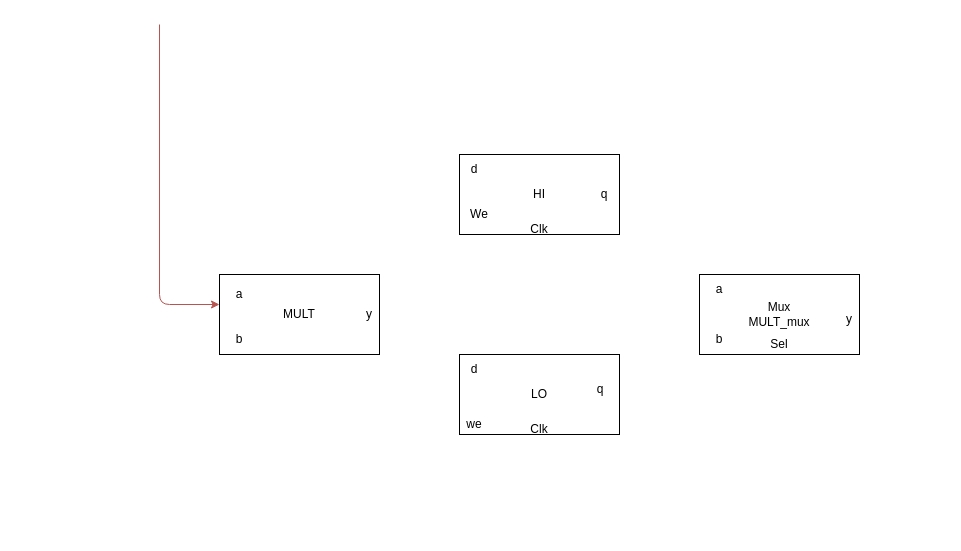
Before: Untitled Diagram.drawio in Alireza-Mahinparvar/Pythron-projects, a draw.io diagram. Source tidied: cells renumbered, new cells numbered last; positions are measured from the earlier drawing's top-left corner, leaving out a move shared by most shapes. Both pictures are drawn from the tidied source at 100%, with x=0, y=0 at pixel (159, 24).
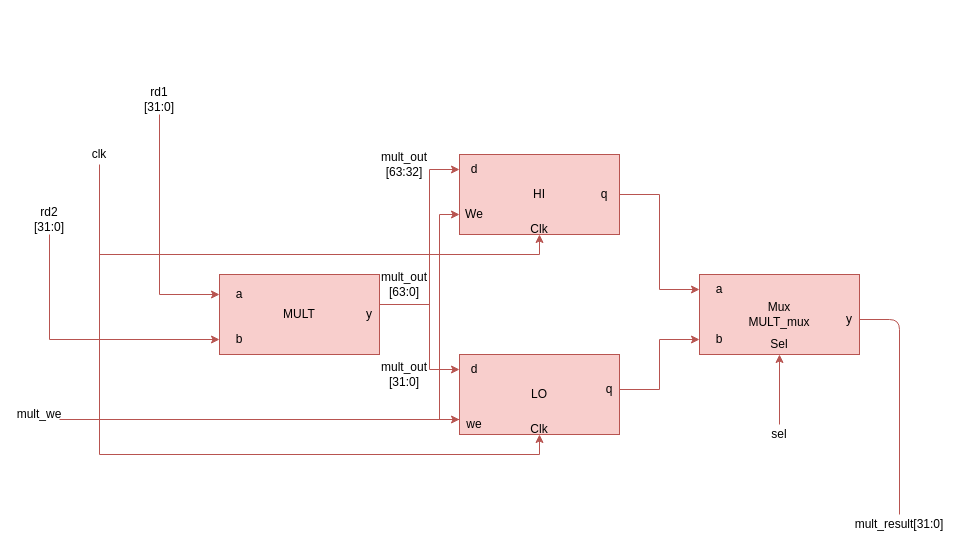
The same page after the edit.

The change refers to these unchanged cells:
```xml
<mxCell id="4" value="a" style="text;html=1;strokeColor=none;fillColor=none;align=center;verticalAlign=middle;whiteSpace=wrap;rounded=0;" parent="1" vertex="1">
  <mxGeometry x="60" y="250" width="40" height="40" as="geometry" />
</mxCell>
<mxCell id="5" value="b" style="text;html=1;strokeColor=none;fillColor=none;align=center;verticalAlign=middle;whiteSpace=wrap;rounded=0;" parent="1" vertex="1">
  <mxGeometry x="60" y="300" width="40" height="30" as="geometry" />
</mxCell>
<mxCell id="7" value="y" style="text;html=1;strokeColor=none;fillColor=none;align=center;verticalAlign=middle;whiteSpace=wrap;rounded=0;" parent="1" vertex="1">
  <mxGeometry x="200" y="270" width="20" height="40" as="geometry" />
</mxCell>
<mxCell id="8" value="d" style="text;html=1;strokeColor=none;fillColor=none;align=center;verticalAlign=middle;whiteSpace=wrap;rounded=0;" parent="1" vertex="1">
  <mxGeometry x="300" y="130" width="30" height="30" as="geometry" />
</mxCell>
<mxCell id="10" value="q" style="text;html=1;strokeColor=none;fillColor=none;align=center;verticalAlign=middle;whiteSpace=wrap;rounded=0;" parent="1" vertex="1">
  <mxGeometry x="430" y="155" width="30" height="30" as="geometry" />
</mxCell>
<mxCell id="12" value="d" style="text;html=1;strokeColor=none;fillColor=none;align=center;verticalAlign=middle;whiteSpace=wrap;rounded=0;" parent="1" vertex="1">
  <mxGeometry x="300" y="330" width="30" height="30" as="geometry" />
</mxCell>
<mxCell id="13" value="we" style="text;html=1;strokeColor=none;fillColor=none;align=center;verticalAlign=middle;whiteSpace=wrap;rounded=0;" parent="1" vertex="1">
  <mxGeometry x="300" y="390" width="30" height="20" as="geometry" />
</mxCell>
<mxCell id="14" value="Clk" style="text;html=1;strokeColor=none;fillColor=none;align=center;verticalAlign=middle;whiteSpace=wrap;rounded=0;" parent="1" vertex="1">
  <mxGeometry x="360" y="200" width="40" height="10" as="geometry" />
</mxCell>
<mxCell id="15" value="Clk" style="text;html=1;strokeColor=none;fillColor=none;align=center;verticalAlign=middle;whiteSpace=wrap;rounded=0;" parent="1" vertex="1">
  <mxGeometry x="360" y="400" width="40" height="10" as="geometry" />
</mxCell>
<mxCell id="18" value="a" style="text;html=1;strokeColor=none;fillColor=none;align=center;verticalAlign=middle;whiteSpace=wrap;rounded=0;" parent="1" vertex="1">
  <mxGeometry x="540" y="250" width="40" height="30" as="geometry" />
</mxCell>
<mxCell id="19" value="b" style="text;html=1;strokeColor=none;fillColor=none;align=center;verticalAlign=middle;whiteSpace=wrap;rounded=0;" parent="1" vertex="1">
  <mxGeometry x="540" y="300" width="40" height="30" as="geometry" />
</mxCell>
<mxCell id="20" value="y" style="text;html=1;strokeColor=none;fillColor=none;align=center;verticalAlign=middle;whiteSpace=wrap;rounded=0;" parent="1" vertex="1">
  <mxGeometry x="680" y="260" width="20" height="70" as="geometry" />
</mxCell>
<mxCell id="21" value="Sel" style="text;html=1;strokeColor=none;fillColor=none;align=center;verticalAlign=middle;whiteSpace=wrap;rounded=0;" parent="1" vertex="1">
  <mxGeometry x="600" y="310" width="40" height="20" as="geometry" />
</mxCell>
```

The edit, as a diff of the source:
```diff
@@
-    <mxCell id="2" style="rounded=0;whiteSpace=wrap;html=1;" parent="1" vertex="1">
+    <mxCell id="2" style="rounded=0;whiteSpace=wrap;html=1;fillColor=#f8cecc;strokeColor=#b85450;" parent="1" vertex="1">
       <mxGeometry x="60" y="250" width="160" height="80" as="geometry" />
     </mxCell>
-    <mxCell id="3" value="HI" style="rounded=0;whiteSpace=wrap;html=1;" parent="1" vertex="1">
+    <mxCell id="3" value="HI" style="rounded=0;whiteSpace=wrap;html=1;fillColor=#f8cecc;strokeColor=#b85450;" parent="1" vertex="1">
       <mxGeometry x="300" y="130" width="160" height="80" as="geometry" />
     </mxCell>
@@
+    <mxCell id="23" style="edgeStyle=orthogonalEdgeStyle;rounded=0;jettySize=auto;html=1;exitX=1;exitY=0.25;exitDx=0;exitDy=0;entryX=0;entryY=0.5;entryDx=0;entryDy=0;fillColor=#f8cecc;strokeColor=#b85450;" parent="1" edge="1" source="7" target="8">
+      <mxGeometry relative="1" as="geometry">
+        <Array as="points">
+          <mxPoint x="270" y="280" />
+          <mxPoint x="270" y="145" />
+        </Array>
+      </mxGeometry>
+    </mxCell>
@@
+    <mxCell id="24" style="edgeStyle=orthogonalEdgeStyle;rounded=0;jettySize=auto;html=1;entryX=0;entryY=0.5;entryDx=0;entryDy=0;fillColor=#f8cecc;strokeColor=#b85450;exitX=0;exitY=0.25;exitDx=0;exitDy=0;" parent="1" edge="1" source="13" target="9">
+      <mxGeometry relative="1" as="geometry">
+        <Array as="points">
+          <mxPoint x="280" y="395" />
+          <mxPoint x="280" y="190" />
+        </Array>
+      </mxGeometry>
+    </mxCell>
     <mxCell id="9" value="We" style="text;html=1;strokeColor=none;fillColor=none;align=center;verticalAlign=middle;whiteSpace=wrap;rounded=0;" parent="1" vertex="1">
-      <mxGeometry x="300" y="170" width="40" height="40" as="geometry" />
+      <mxGeometry x="300" y="170" width="30" height="40" as="geometry" />
     </mxCell>
+    <mxCell id="25" style="edgeStyle=orthogonalEdgeStyle;rounded=0;jettySize=auto;html=1;exitX=1;exitY=0.5;exitDx=0;exitDy=0;entryX=0;entryY=0.5;entryDx=0;entryDy=0;fillColor=#f8cecc;strokeColor=#b85450;" parent="1" edge="1" source="10" target="18">
+      <mxGeometry relative="1" as="geometry" />
+    </mxCell>
@@
-    <mxCell id="11" value="LO" style="rounded=0;whiteSpace=wrap;html=1;" parent="1" vertex="1">
+    <mxCell id="11" value="LO" style="rounded=0;whiteSpace=wrap;html=1;fillColor=#f8cecc;strokeColor=#b85450;" parent="1" vertex="1">
       <mxGeometry x="300" y="330" width="160" height="80" as="geometry" />
     </mxCell>
+    <mxCell id="26" style="edgeStyle=orthogonalEdgeStyle;rounded=0;jettySize=auto;html=1;entryX=0;entryY=0.5;entryDx=0;entryDy=0;fillColor=#f8cecc;strokeColor=#b85450;" parent="1" edge="1" target="12">
+      <mxGeometry relative="1" as="geometry">
+        <mxPoint x="270" y="260" as="sourcePoint" />
+        <Array as="points">
+          <mxPoint x="270" y="270" />
+          <mxPoint x="270" y="345" />
+        </Array>
+      </mxGeometry>
+    </mxCell>
@@
+    <mxCell id="27" style="edgeStyle=orthogonalEdgeStyle;rounded=0;jettySize=auto;html=1;entryX=0.5;entryY=1;entryDx=0;entryDy=0;fillColor=#f8cecc;strokeColor=#b85450;" parent="1" edge="1" target="15">
+      <mxGeometry relative="1" as="geometry">
+        <mxPoint x="-60" y="220" as="sourcePoint" />
+        <Array as="points">
+          <mxPoint x="-60" y="430" />
+          <mxPoint x="380" y="430" />
+        </Array>
+      </mxGeometry>
+    </mxCell>
@@
+    <mxCell id="28" style="edgeStyle=orthogonalEdgeStyle;rounded=0;jettySize=auto;html=1;exitX=1;exitY=0.5;exitDx=0;exitDy=0;entryX=0;entryY=0.5;entryDx=0;entryDy=0;fillColor=#f8cecc;strokeColor=#b85450;" parent="1" edge="1" source="16" target="19">
+      <mxGeometry relative="1" as="geometry" />
+    </mxCell>
     <mxCell id="16" value="q" style="text;html=1;strokeColor=none;fillColor=none;align=center;verticalAlign=middle;whiteSpace=wrap;rounded=0;" parent="1" vertex="1">
-      <mxGeometry x="440" y="350" height="30" as="geometry" />
+      <mxGeometry x="440" y="350" width="20" height="30" as="geometry" />
     </mxCell>
-    <mxCell id="17" value="Mux&lt;br&gt;MULT_mux" style="rounded=0;whiteSpace=wrap;html=1;" parent="1" vertex="1">
+    <mxCell id="17" value="Mux&lt;br&gt;MULT_mux" style="rounded=0;whiteSpace=wrap;html=1;fillColor=#f8cecc;strokeColor=#b85450;" parent="1" vertex="1">
       <mxGeometry x="540" y="250" width="160" height="80" as="geometry" />
     </mxCell>
@@
+    <mxCell id="29" style="edgeStyle=orthogonalEdgeStyle;rounded=0;jettySize=auto;html=1;exitX=0.5;exitY=0;exitDx=0;exitDy=0;entryX=0.5;entryY=1;entryDx=0;entryDy=0;fillColor=#f8cecc;strokeColor=#b85450;" parent="1" edge="1" source="41" target="21">
+      <mxGeometry relative="1" as="geometry" />
+    </mxCell>
@@
-    <mxCell id="22" style="endArrow=classic;html=1;fillColor=#f8cecc;strokeColor=#b85450;" parent="1" edge="1">
-      <mxGeometry relative="1" as="geometry">
-        <mxPoint as="sourcePoint" />
-        <mxPoint x="60" y="280" as="targetPoint" />
-        <Array as="points">
-          <mxPoint y="280" />
-        </Array>
-      </mxGeometry>
-    </mxCell>
+    <mxCell id="30" style="edgeStyle=orthogonalEdgeStyle;rounded=0;jettySize=auto;html=1;exitX=0.5;exitY=1;exitDx=0;exitDy=0;entryX=0.5;entryY=1;entryDx=0;entryDy=0;fillColor=#f8cecc;strokeColor=#b85450;" parent="1" edge="1" source="31" target="14">
+      <mxGeometry relative="1" as="geometry" />
+    </mxCell>
+    <mxCell id="31" value="clk" style="text;html=1;strokeColor=none;fillColor=none;align=center;verticalAlign=middle;whiteSpace=wrap;rounded=0;" parent="1" vertex="1">
+      <mxGeometry x="-80" y="120" width="40" height="20" as="geometry" />
+    </mxCell>
+    <mxCell id="32" value="mult_out&lt;br&gt;[63:0]" style="text;html=1;align=center;verticalAlign=middle;whiteSpace=wrap;rounded=0;" parent="1" vertex="1">
+      <mxGeometry x="220" y="250" width="50" height="20" as="geometry" />
+    </mxCell>
+    <mxCell id="33" value="mult_out&lt;br&gt;[31:0]" style="text;html=1;align=center;verticalAlign=middle;whiteSpace=wrap;rounded=0;" parent="1" vertex="1">
+      <mxGeometry x="220" y="340" width="50" height="20" as="geometry" />
+    </mxCell>
+    <mxCell id="34" value="mult_out&lt;br&gt;[63:32]" style="text;html=1;align=center;verticalAlign=middle;whiteSpace=wrap;rounded=0;" parent="1" vertex="1">
+      <mxGeometry x="220" y="130" width="50" height="20" as="geometry" />
+    </mxCell>
+    <mxCell id="35" style="edgeStyle=orthogonalEdgeStyle;rounded=0;jettySize=auto;html=1;exitX=1;exitY=0.75;exitDx=0;exitDy=0;entryX=0;entryY=0.25;entryDx=0;entryDy=0;fillColor=#f8cecc;strokeColor=#b85450;" parent="1" edge="1" source="36" target="13">
+      <mxGeometry relative="1" as="geometry" />
+    </mxCell>
+    <mxCell id="36" value="mult_we" style="text;html=1;strokeColor=none;fillColor=none;align=center;verticalAlign=middle;whiteSpace=wrap;rounded=0;" parent="1" vertex="1">
+      <mxGeometry x="-140" y="380" width="40" height="20" as="geometry" />
+    </mxCell>
+    <mxCell id="37" style="edgeStyle=orthogonalEdgeStyle;rounded=0;jettySize=auto;html=1;exitX=0.5;exitY=1;exitDx=0;exitDy=0;entryX=0;entryY=0.5;entryDx=0;entryDy=0;fillColor=#f8cecc;strokeColor=#b85450;" parent="1" edge="1" source="38" target="4">
+      <mxGeometry relative="1" as="geometry" />
+    </mxCell>
+    <mxCell id="38" value="rd1&lt;br&gt;[31:0]" style="text;html=1;strokeColor=none;fillColor=none;align=center;verticalAlign=middle;whiteSpace=wrap;rounded=0;" parent="1" vertex="1">
+      <mxGeometry x="-20" y="60" width="40" height="30" as="geometry" />
+    </mxCell>
+    <mxCell id="39" style="edgeStyle=orthogonalEdgeStyle;rounded=0;jettySize=auto;html=1;exitX=0.5;exitY=1;exitDx=0;exitDy=0;entryX=0;entryY=0.5;entryDx=0;entryDy=0;fillColor=#f8cecc;strokeColor=#b85450;" parent="1" edge="1" source="40" target="5">
+      <mxGeometry relative="1" as="geometry" />
+    </mxCell>
+    <mxCell id="40" value="rd2&lt;br&gt;[31:0]" style="text;html=1;strokeColor=none;fillColor=none;align=center;verticalAlign=middle;whiteSpace=wrap;rounded=0;" parent="1" vertex="1">
+      <mxGeometry x="-130" y="180" width="40" height="30" as="geometry" />
+    </mxCell>
+    <mxCell id="41" value="sel" style="text;html=1;strokeColor=none;fillColor=none;align=center;verticalAlign=middle;whiteSpace=wrap;rounded=0;" parent="1" vertex="1">
+      <mxGeometry x="600" y="400" width="40" height="20" as="geometry" />
+    </mxCell>
+    <mxCell id="42" style="endArrow=none;html=1;exitX=1;exitY=0.5;exitDx=0;exitDy=0;fillColor=#f8cecc;strokeColor=#b85450;" parent="1" edge="1" source="20">
+      <mxGeometry relative="1" as="geometry">
+        <mxPoint x="740" y="490" as="targetPoint" />
+        <Array as="points">
+          <mxPoint x="740" y="295" />
+        </Array>
+      </mxGeometry>
+    </mxCell>
+    <mxCell id="43" value="mult_result[31:0]" style="text;html=1;strokeColor=none;fillColor=none;align=center;verticalAlign=middle;whiteSpace=wrap;rounded=0;" parent="1" vertex="1">
+      <mxGeometry x="720" y="490" width="40" height="20" as="geometry" />
+    </mxCell>
```
